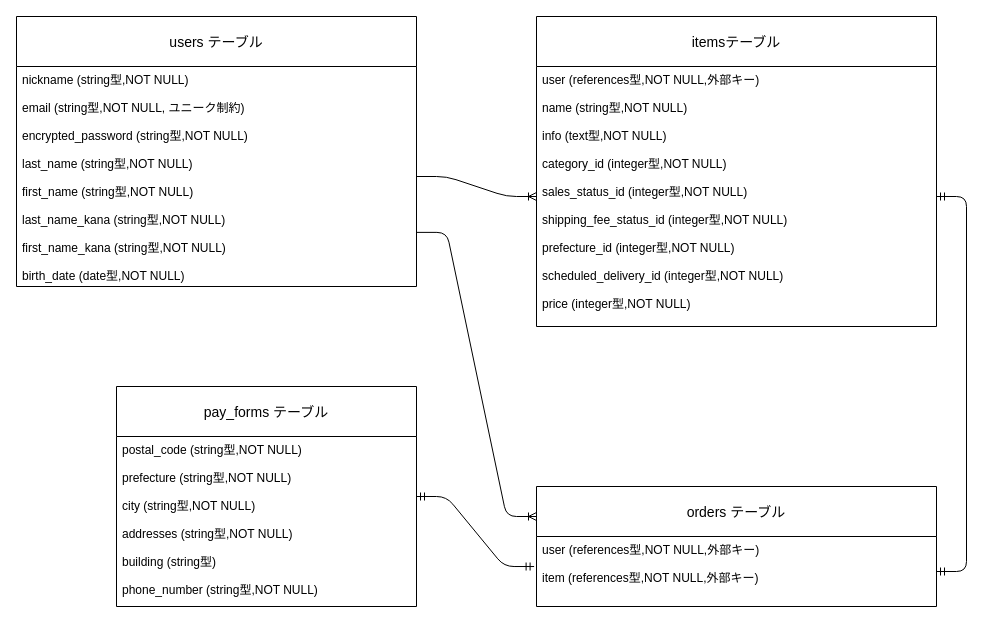
This is furima.drawio from MatsunagaNaoya/furima-38484, a draw.io file, before an edit. Source tidied: cells renumbered, new cells numbered last; positions are measured from the earlier drawing's top-left corner, leaving out a move shared by most shapes. Both pictures are drawn from the tidied source at 100%, with x=0, y=0 at pixel (16, 16).
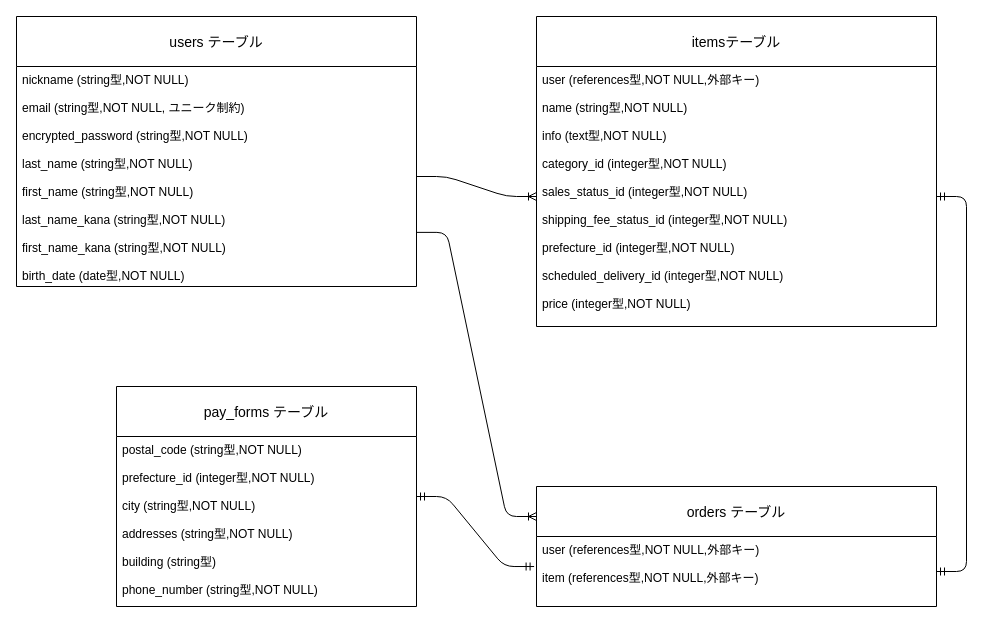
The same page after the edit.

Commit message:
再度ER図修正

What changed in the source:
```diff
@@
 <mxGraphModel>
   <root>
     <mxCell id="0" />
     <mxCell id="1" parent="0" />
     <mxCell id="2" value="users テーブル" style="swimlane;fontStyle=0;horizontal=1;startSize=50;align=center;fontSize=14;" parent="1" vertex="1">
       <mxGeometry width="400" height="270" as="geometry" />
     </mxCell>
     <mxCell id="3" value="nickname (string型,NOT NULL)&#10;&#10;email (string型,NOT NULL, ユニーク制約)&#10;&#10;encrypted_password (string型,NOT NULL)&#10;&#10;last_name (string型,NOT NULL)&#10;&#10;first_name (string型,NOT NULL)&#10;&#10;last_name_kana (string型,NOT NULL)&#10;&#10;first_name_kana (string型,NOT NULL)&#10;&#10;birth_date (date型,NOT NULL)" style="text;strokeColor=none;fillColor=none;spacingLeft=4;spacingRight=4;overflow=hidden;points=[[0,0.5],[1,0.5]];portConstraint=eastwest;fontSize=12;" parent="2" vertex="1">
       <mxGeometry y="50" width="400" height="220" as="geometry" />
     </mxCell>
     <mxCell id="4" value="orders テーブル" style="swimlane;fontStyle=0;horizontal=1;startSize=50;align=center;fontSize=14;" parent="1" vertex="1">
       <mxGeometry x="520" y="470" width="400" height="120" as="geometry" />
     </mxCell>
     <mxCell id="5" value="user (references型,NOT NULL,外部キー)&#10;&#10;item (references型,NOT NULL,外部キー)" style="text;strokeColor=none;fillColor=none;spacingLeft=4;spacingRight=4;overflow=hidden;points=[[0,0.5],[1,0.5]];portConstraint=eastwest;fontSize=12;" parent="4" vertex="1">
       <mxGeometry y="50" width="400" height="70" as="geometry" />
     </mxCell>
     <mxCell id="6" value="itemsテーブル" style="swimlane;fontStyle=0;horizontal=1;startSize=50;align=center;fontSize=14;" parent="1" vertex="1">
       <mxGeometry x="520" width="400" height="310" as="geometry" />
     </mxCell>
     <mxCell id="7" value="user (references型,NOT NULL,外部キー)&#10;&#10;name (string型,NOT NULL)&#10;&#10;info (text型,NOT NULL)&#10;&#10;category_id (integer型,NOT NULL)&#10;&#10;sales_status_id (integer型,NOT NULL)&#10;&#10;shipping_fee_status_id (integer型,NOT NULL)&#10;&#10;prefecture_id (integer型,NOT NULL)&#10;&#10;scheduled_delivery_id (integer型,NOT NULL)&#10;&#10;price (integer型,NOT NULL)" style="text;strokeColor=none;fillColor=none;spacingLeft=4;spacingRight=4;overflow=hidden;points=[[0,0.5],[1,0.5]];portConstraint=eastwest;fontSize=12;" parent="6" vertex="1">
       <mxGeometry y="50" width="400" height="260" as="geometry" />
     </mxCell>
     <mxCell id="8" style="edgeStyle=entityRelationEdgeStyle;fontSize=12;html=1;endArrow=ERoneToMany;entryX=0;entryY=0.5;entryDx=0;entryDy=0;" parent="1" edge="1" source="3" target="7">
       <mxGeometry relative="1" as="geometry" />
     </mxCell>
     <mxCell id="9" style="edgeStyle=entityRelationEdgeStyle;fontSize=12;html=1;endArrow=ERoneToMany;entryX=0;entryY=0.25;entryDx=0;entryDy=0;exitX=1.001;exitY=0.754;exitDx=0;exitDy=0;exitPerimeter=0;" parent="1" edge="1" source="3" target="4">
       <mxGeometry relative="1" as="geometry" />
     </mxCell>
     <mxCell id="10" value="pay_forms テーブル" style="swimlane;fontStyle=0;horizontal=1;startSize=50;align=center;fontSize=14;" parent="1" vertex="1">
       <mxGeometry x="100" y="370" width="300" height="220" as="geometry" />
     </mxCell>
-    <mxCell id="11" value="postal_code (string型,NOT NULL)&#10;&#10;prefecture (string型,NOT NULL)&#10;&#10;city (string型,NOT NULL)&#10;&#10;addresses (string型,NOT NULL)&#10;&#10;building (string型)&#10;&#10;phone_number (string型,NOT NULL)&#10;" style="text;strokeColor=none;fillColor=none;spacingLeft=4;spacingRight=4;overflow=hidden;fontSize=12;" parent="10" vertex="1">
+    <mxCell id="11" value="postal_code (string型,NOT NULL)&#10;&#10;prefecture_id (integer型,NOT NULL)&#10;&#10;city (string型,NOT NULL)&#10;&#10;addresses (string型,NOT NULL)&#10;&#10;building (string型)&#10;&#10;phone_number (string型,NOT NULL)&#10;" style="text;strokeColor=none;fillColor=none;spacingLeft=4;spacingRight=4;overflow=hidden;fontSize=12;" parent="10" vertex="1">
       <mxGeometry y="50" width="300" height="170" as="geometry" />
     </mxCell>
     <mxCell id="12" style="edgeStyle=entityRelationEdgeStyle;fontSize=12;html=1;endArrow=ERmandOne;startArrow=ERmandOne;entryX=-0.006;entryY=0.429;entryDx=0;entryDy=0;entryPerimeter=0;" parent="1" edge="1" source="10" target="5">
       <mxGeometry relative="1" as="geometry" />
     </mxCell>
     <mxCell id="13" style="edgeStyle=entityRelationEdgeStyle;fontSize=12;html=1;endArrow=ERmandOne;startArrow=ERmandOne;" parent="1" edge="1" source="5" target="7">
       <mxGeometry relative="1" as="geometry" />
     </mxCell>
   </root>
 </mxGraphModel>
```
